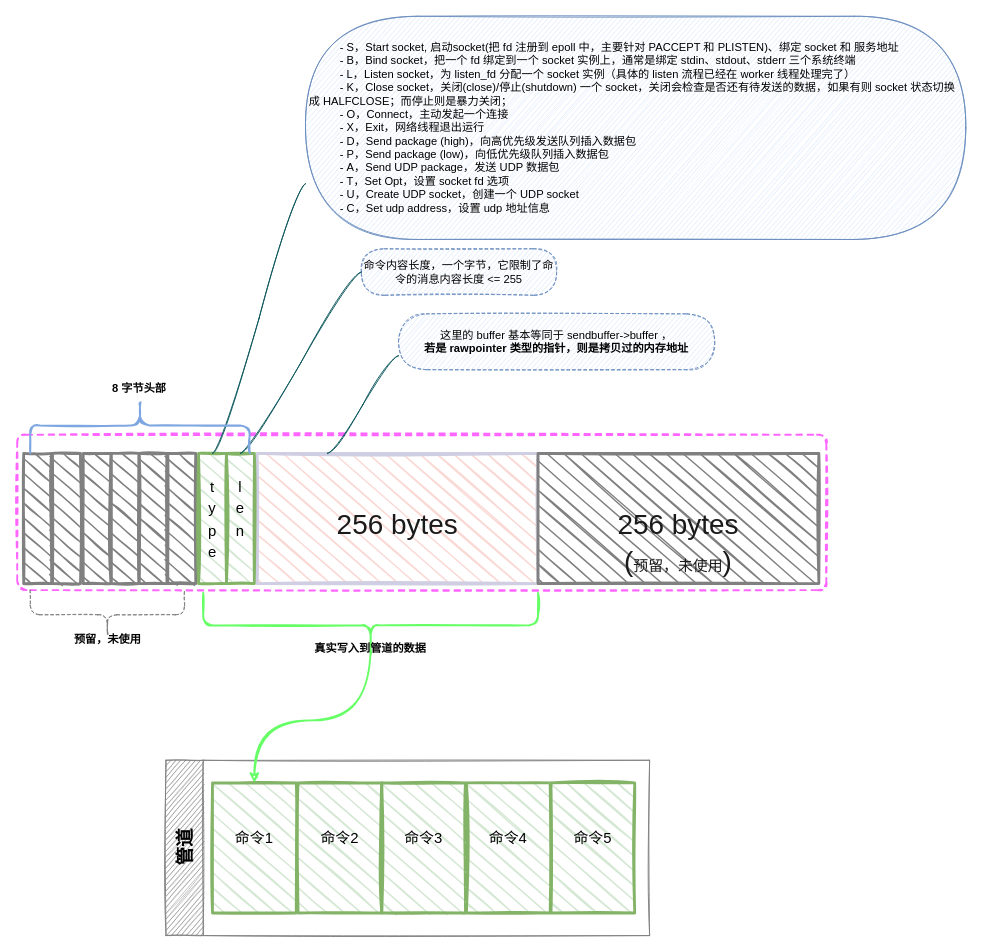
The draw.io diagram draw.io/skynet_pipe2.drawio in bitvcat/graphs, before the edit. Source tidied: cells renumbered, new cells numbered last; positions are measured from the earlier drawing's top-left corner, leaving out a move shared by most shapes. Both pictures are drawn from the tidied source at 93%, with x=0, y=0 at pixel (17, 16).
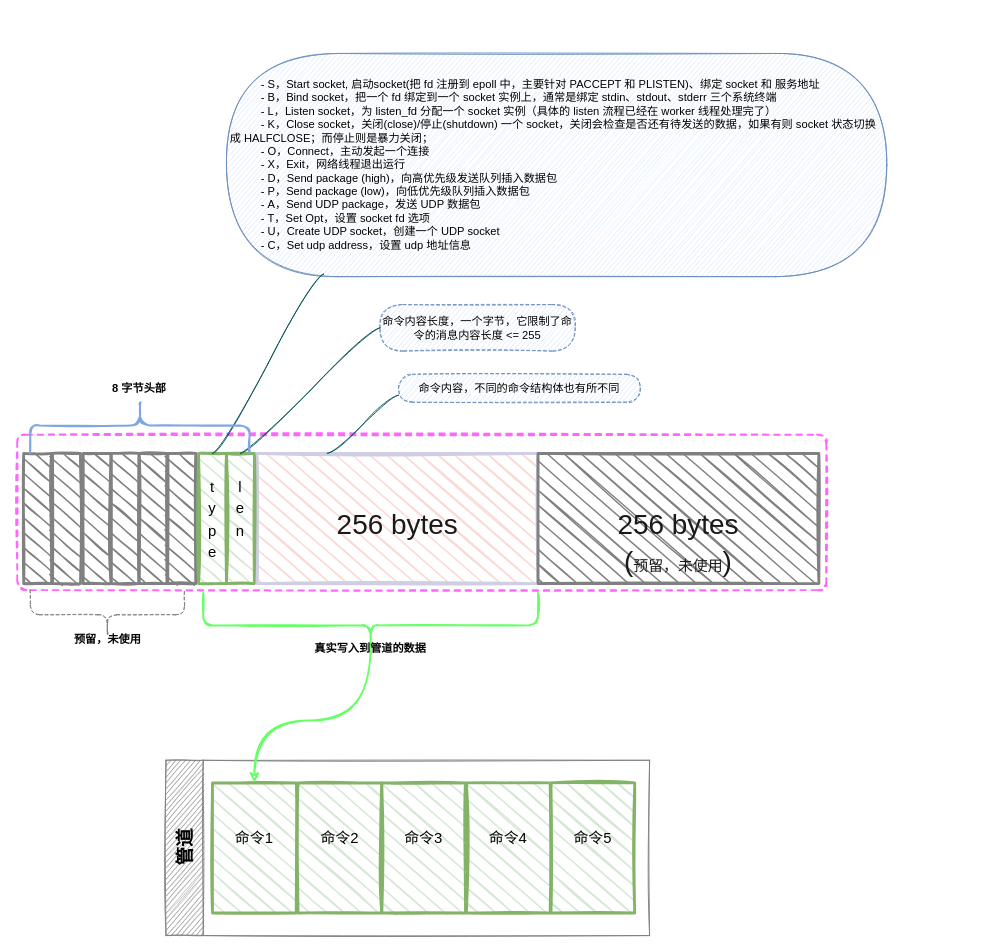
After the change.

Commit message:
skynet pipe

The change refers to these unchanged cells:
```xml
<mxCell id="12" value="&lt;p style=&quot;margin: 4px 0px 0px ; text-align: center ; font-size: 16px&quot;&gt;&lt;font style=&quot;font-size: 16px&quot;&gt;&lt;br&gt;&lt;/font&gt;&lt;/p&gt;&lt;p style=&quot;margin: 4px 0px 0px ; text-align: center ; font-size: 16px&quot;&gt;&lt;font style=&quot;font-size: 16px&quot;&gt;&lt;span&gt;t&lt;/span&gt;&lt;br&gt;&lt;/font&gt;&lt;/p&gt;&lt;p style=&quot;margin: 4px 0px 0px ; text-align: center ; font-size: 16px&quot;&gt;&lt;font style=&quot;font-size: 16px&quot;&gt;y&lt;/font&gt;&lt;/p&gt;&lt;p style=&quot;margin: 4px 0px 0px ; text-align: center ; font-size: 16px&quot;&gt;&lt;font style=&quot;font-size: 16px&quot;&gt;p&lt;/font&gt;&lt;/p&gt;&lt;p style=&quot;margin: 4px 0px 0px ; text-align: center ; font-size: 16px&quot;&gt;&lt;font style=&quot;font-size: 16px&quot;&gt;e&lt;/font&gt;&lt;/p&gt;" style="verticalAlign=middle;align=center;overflow=fill;fontSize=12;fontFamily=Helvetica;html=1;fontStyle=0;strokeWidth=3;fillColor=#d5e8d4;arcSize=22;spacingTop=0;spacingBottom=0;strokeColor=#82b366;direction=south;rounded=0;sketch=1;" parent="5" vertex="1">
  <mxGeometry x="188" width="30" height="140" as="geometry" />
</mxCell>
```

The edit, as a diff of the source:
```diff
@@
-    <mxCell id="14" value="这里的 buffer 基本等同于 sendbuffer-&amp;gt;buffer ，&lt;br&gt;&lt;b&gt;若是 rawpointer 类型的指针，则是拷贝过的内存地址&lt;/b&gt;" style="whiteSpace=wrap;arcSize=50;align=center;verticalAlign=middle;strokeWidth=1;spacing=4;newEdgeStyle={&quot;edgeStyle&quot;:&quot;entityRelationEdgeStyle&quot;,&quot;startArrow&quot;:&quot;none&quot;,&quot;endArrow&quot;:&quot;none&quot;,&quot;segment&quot;:10,&quot;curved&quot;:1};dashed=1;fillColor=#dae8fc;html=1;overflow=visible;strokeColor=#6c8ebf;rounded=1;sketch=1;" parent="1" vertex="1">
-      <mxGeometry x="410" y="320" width="340" height="60" as="geometry" />
+    <mxCell id="14" value="命令内容，不同的命令结构体也有所不同" style="whiteSpace=wrap;arcSize=50;align=center;verticalAlign=middle;strokeWidth=1;spacing=4;newEdgeStyle={&quot;edgeStyle&quot;:&quot;entityRelationEdgeStyle&quot;,&quot;startArrow&quot;:&quot;none&quot;,&quot;endArrow&quot;:&quot;none&quot;,&quot;segment&quot;:10,&quot;curved&quot;:1};dashed=1;fillColor=#dae8fc;html=1;overflow=visible;strokeColor=#6c8ebf;rounded=1;sketch=1;" parent="1" vertex="1">
+      <mxGeometry x="410" y="385" width="260" height="30" as="geometry" />
     </mxCell>
@@
     <mxCell id="16" value="&amp;nbsp; &amp;nbsp; &amp;nbsp; &amp;nbsp; &amp;nbsp; - S，Start socket, 启动socket(把 fd 注册到 epoll 中，主要针对 PACCEPT 和 PLISTEN)、绑定 socket 和 服务地址&lt;br&gt;&amp;nbsp; &amp;nbsp; &amp;nbsp; &amp;nbsp; &amp;nbsp; - B，Bind socket，把一个 fd 绑定到一个 socket 实例上，通常是绑定 stdin、stdout、stderr 三个系统终端&lt;br&gt;&amp;nbsp; &amp;nbsp; &amp;nbsp; &amp;nbsp; &amp;nbsp; - L，Listen socket，为 listen_fd 分配一个 socket 实例（具体的 listen 流程已经在 worker 线程处理完了）&lt;br&gt;&amp;nbsp; &amp;nbsp; &amp;nbsp; &amp;nbsp; &amp;nbsp; - K，Close socket，关闭(close)/停止(shutdown) 一个 socket，关闭会检查是否还有待发送的数据，如果有则 socket 状态切换成 HALFCLOSE；而停止则是暴力关闭；&lt;br&gt;&amp;nbsp; &amp;nbsp; &amp;nbsp; &amp;nbsp; &amp;nbsp; - O，Connect，主动发起一个连接&lt;br&gt;&amp;nbsp; &amp;nbsp; &amp;nbsp; &amp;nbsp; &amp;nbsp; - X，Exit，网络线程退出运行&lt;br&gt;&amp;nbsp; &amp;nbsp; &amp;nbsp; &amp;nbsp; &amp;nbsp; - D，Send package (high)，向高优先级发送队列插入数据包&lt;br&gt;&amp;nbsp; &amp;nbsp; &amp;nbsp; &amp;nbsp; &amp;nbsp; - P，Send package (low)，向低优先级队列插入数据包&lt;br&gt;&amp;nbsp; &amp;nbsp; &amp;nbsp; &amp;nbsp; &amp;nbsp; - A，Send UDP package，发送 UDP 数据包&lt;br&gt;&amp;nbsp; &amp;nbsp; &amp;nbsp; &amp;nbsp; &amp;nbsp; - T，Set Opt，设置 socket fd 选项&lt;br&gt;&amp;nbsp; &amp;nbsp; &amp;nbsp; &amp;nbsp; &amp;nbsp; - U，Create UDP socket，创建一个 UDP socket&lt;br&gt;&amp;nbsp; &amp;nbsp; &amp;nbsp; &amp;nbsp; &amp;nbsp; - C，Set udp address，设置 udp 地址信息" style="whiteSpace=wrap;html=1;arcSize=50;align=left;verticalAlign=middle;strokeWidth=1;spacing=4;newEdgeStyle={&quot;edgeStyle&quot;:&quot;entityRelationEdgeStyle&quot;,&quot;startArrow&quot;:&quot;none&quot;,&quot;endArrow&quot;:&quot;none&quot;,&quot;segment&quot;:10,&quot;curved&quot;:1};fontSize=12;fillColor=#dae8fc;strokeColor=#6c8ebf;imageAspect=1;rounded=1;sketch=1;" parent="1" vertex="1">
-      <mxGeometry x="310" width="710" height="240" as="geometry" />
+      <mxGeometry x="225" y="40" width="710" height="240" as="geometry" />
     </mxCell>
@@
     <mxCell id="25" value="命令内容长度，一个字节，它限制了命令的消息内容长度 &amp;lt;= 255" style="whiteSpace=wrap;arcSize=50;align=center;verticalAlign=middle;strokeWidth=1;spacing=4;newEdgeStyle={&quot;edgeStyle&quot;:&quot;entityRelationEdgeStyle&quot;,&quot;startArrow&quot;:&quot;none&quot;,&quot;endArrow&quot;:&quot;none&quot;,&quot;segment&quot;:10,&quot;curved&quot;:1};dashed=1;fillColor=#dae8fc;html=1;overflow=block;strokeColor=#6c8ebf;sketchStyle=rough;noLabel=0;labelPadding=0;rounded=1;sketch=1;" parent="1" vertex="1">
-      <mxGeometry x="370" y="250" width="210" height="50" as="geometry" />
+      <mxGeometry x="390" y="310" width="210" height="50" as="geometry" />
     </mxCell>
@@
-    <mxCell id="27" style="edgeStyle=entityRelationEdgeStyle;startArrow=none;endArrow=none;segment=10;curved=1;strokeColor=#09555B;fontColor=#1A1A1A;exitX=0;exitY=0.5;exitDx=0;exitDy=0;entryX=0;entryY=0.75;entryDx=0;entryDy=0;sketch=1;" parent="1" edge="1" source="12" target="16">
+    <mxCell id="27" style="edgeStyle=entityRelationEdgeStyle;startArrow=none;endArrow=none;segment=10;curved=1;strokeColor=#09555B;fontColor=#1A1A1A;exitX=0;exitY=0.5;exitDx=0;exitDy=0;entryX=0.147;entryY=0.988;entryDx=0;entryDy=0;sketch=1;entryPerimeter=0;" parent="1" edge="1" source="12" target="16">
       <mxGeometry relative="1" as="geometry" />
     </mxCell>
```
